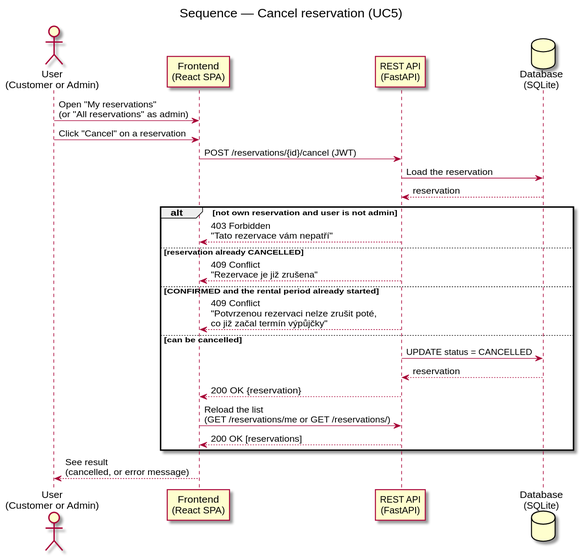
Above: docs/diagrams/sequence-cancel-reservation.svg in DavidMagyarics/CarRentalVSB (PlantUML), before the change. Its diagram source:
```plantuml
@startuml sequence-cancel-reservation
skinparam backgroundColor white
title Sequence — Cancel reservation (UC5)

actor "User\n(Customer or Admin)" as User
participant "Frontend\n(React SPA)" as FE
participant "REST API\n(FastAPI)" as API
database "Database\n(SQLite)" as DB

User -> FE: Open "My reservations"\n(or "All reservations" as admin)
User -> FE: Click "Cancel" on a reservation
FE -> API: POST /reservations/{id}/cancel (JWT)
API -> DB: Load the reservation
DB --> API: reservation

alt not own reservation and user is not admin
  API --> FE: 403 Forbidden\n"Tato rezervace vám nepatří"
else reservation already CANCELLED
  API --> FE: 409 Conflict\n"Rezervace je již zrušena"
else CONFIRMED and the rental period already started
  API --> FE: 409 Conflict\n"Potvrzenou rezervaci nelze zrušit poté,\nco již začal termín výpůjčky"
else can be cancelled
  API -> DB: UPDATE status = CANCELLED
  DB --> API: reservation
  API --> FE: 200 OK {reservation}
  FE -> API: Reload the list\n(GET /reservations/me or GET /reservations/)
  API --> FE: 200 OK [reservations]
end

FE --> User: See result\n(cancelled, or error message)
@enduml
```
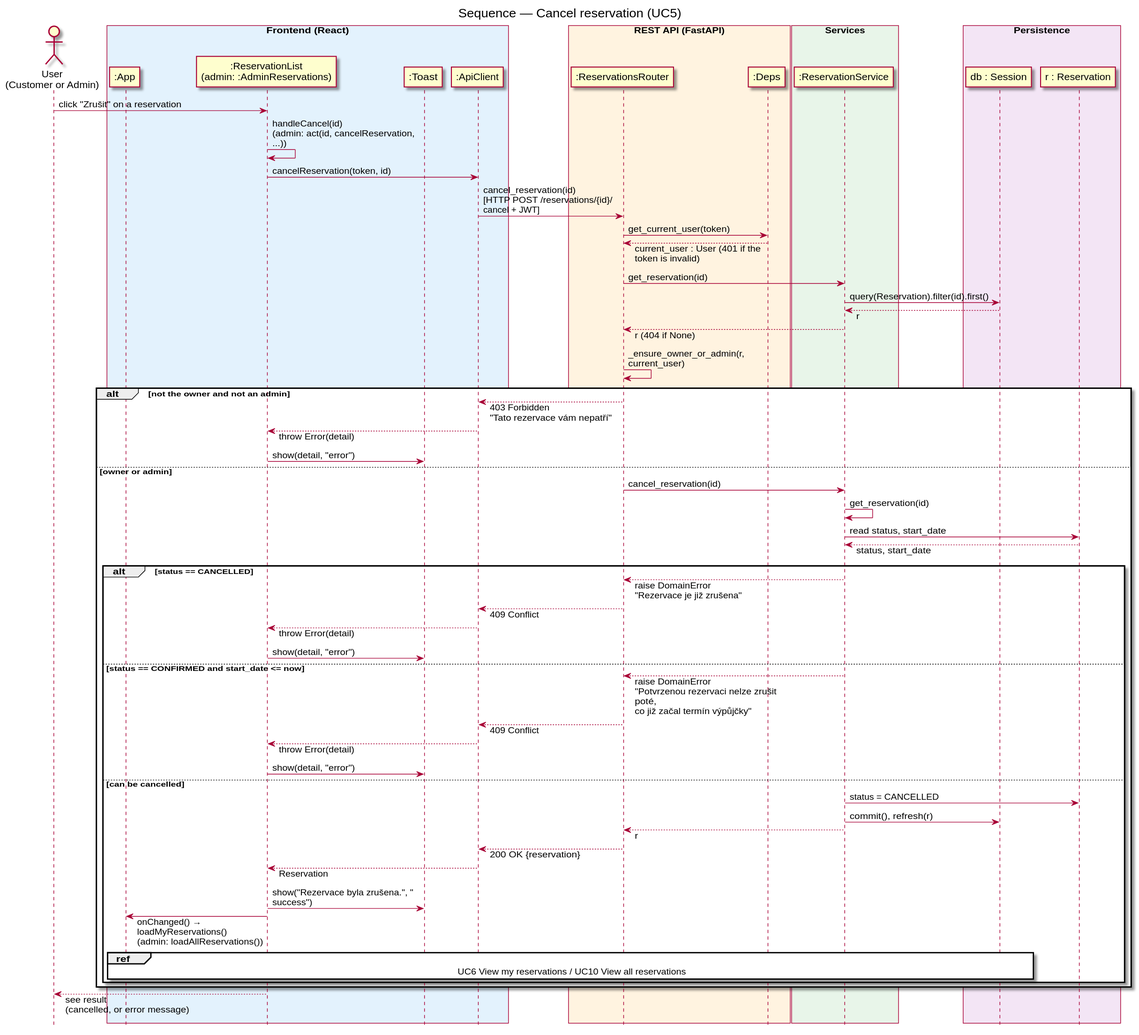
Above is the later version.

Diff of the diagram source:
```diff
@@ -1,31 +1,72 @@
 @startuml sequence-cancel-reservation
 skinparam backgroundColor white
+skinparam responseMessageBelowArrow true
+skinparam maxMessageSize 220
+hide footbox
 title Sequence — Cancel reservation (UC5)
 
 actor "User\n(Customer or Admin)" as User
-participant "Frontend\n(React SPA)" as FE
-participant "REST API\n(FastAPI)" as API
-database "Database\n(SQLite)" as DB
+box "Frontend (React)" #E3F2FD
+  participant ":App" as App
+  participant ":ReservationList\n(admin: :AdminReservations)" as List
+  participant ":Toast" as Toast
+  participant ":ApiClient" as ApiClient
+end box
+box "REST API (FastAPI)" #FFF3E0
+  participant ":ReservationsRouter" as ResRouter
+  participant ":Deps" as Deps
+end box
+box "Services" #E8F5E9
+  participant ":ReservationService" as ResService
+end box
+box "Persistence" #F3E5F5
+  participant "db : Session" as DB
+  participant "r : Reservation" as R
+end box
 
-User -> FE: Open "My reservations"\n(or "All reservations" as admin)
-User -> FE: Click "Cancel" on a reservation
-FE -> API: POST /reservations/{id}/cancel (JWT)
-API -> DB: Load the reservation
-DB --> API: reservation
+User -> List : click "Zrušit" on a reservation
+List -> List : handleCancel(id)\n(admin: act(id, cancelReservation, ...))
+List -> ApiClient : cancelReservation(token, id)
+ApiClient -> ResRouter : cancel_reservation(id)\n[HTTP POST /reservations/{id}/cancel + JWT]
+ResRouter -> Deps : get_current_user(token)
+Deps --> ResRouter : current_user : User (401 if the token is invalid)
+ResRouter -> ResService : get_reservation(id)
+ResService -> DB : query(Reservation).filter(id).first()
+DB --> ResService : r
+ResService --> ResRouter : r (404 if None)
+ResRouter -> ResRouter : _ensure_owner_or_admin(r, current_user)
 
-alt not own reservation and user is not admin
-  API --> FE: 403 Forbidden\n"Tato rezervace vám nepatří"
-else reservation already CANCELLED
-  API --> FE: 409 Conflict\n"Rezervace je již zrušena"
-else CONFIRMED and the rental period already started
-  API --> FE: 409 Conflict\n"Potvrzenou rezervaci nelze zrušit poté,\nco již začal termín výpůjčky"
-else can be cancelled
-  API -> DB: UPDATE status = CANCELLED
-  DB --> API: reservation
-  API --> FE: 200 OK {reservation}
-  FE -> API: Reload the list\n(GET /reservations/me or GET /reservations/)
-  API --> FE: 200 OK [reservations]
+alt not the owner and not an admin
+  ResRouter --> ApiClient : 403 Forbidden\n"Tato rezervace vám nepatří"
+  ApiClient --> List : throw Error(detail)
+  List -> Toast : show(detail, "error")
+else owner or admin
+  ResRouter -> ResService : cancel_reservation(id)
+  ResService -> ResService : get_reservation(id)
+  ResService -> R : read status, start_date
+  R --> ResService : status, start_date
+
+  alt status == CANCELLED
+    ResService --> ResRouter : raise DomainError\n"Rezervace je již zrušena"
+    ResRouter --> ApiClient : 409 Conflict
+    ApiClient --> List : throw Error(detail)
+    List -> Toast : show(detail, "error")
+  else status == CONFIRMED and start_date <= now
+    ResService --> ResRouter : raise DomainError\n"Potvrzenou rezervaci nelze zrušit poté,\nco již začal termín výpůjčky"
+    ResRouter --> ApiClient : 409 Conflict
+    ApiClient --> List : throw Error(detail)
+    List -> Toast : show(detail, "error")
+  else can be cancelled
+    ResService -> R : status = CANCELLED
+    ResService -> DB : commit(), refresh(r)
+    ResService --> ResRouter : r
+    ResRouter --> ApiClient : 200 OK {reservation}
+    ApiClient --> List : Reservation
+    List -> Toast : show("Rezervace byla zrušena.", "success")
+    List -> App : onChanged() → loadMyReservations()\n(admin: loadAllReservations())
+    ref over App, DB : UC6 View my reservations / UC10 View all reservations
+  end
 end
 
-FE --> User: See result\n(cancelled, or error message)
+List --> User : see result\n(cancelled, or error message)
 @enduml
```
